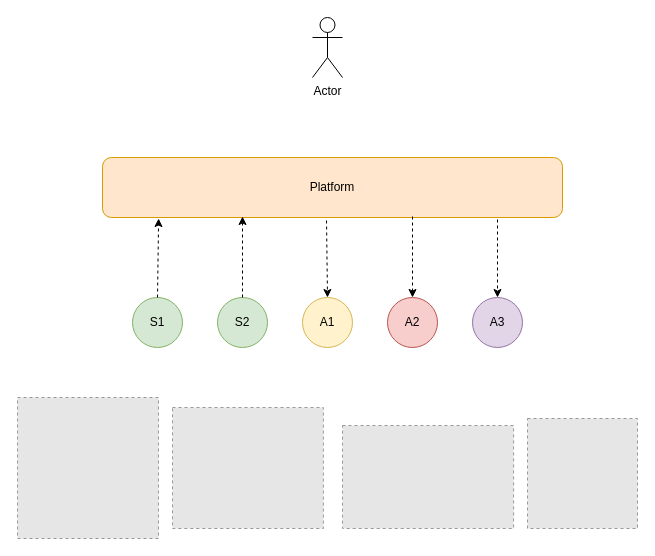
The draw.io diagram json-1/json.drawio in 1995parham-teaching/ie-exam, before the edit. Source tidied: cells renumbered, new cells numbered last; positions are measured from the earlier drawing's top-left corner, leaving out a move shared by most shapes. Both pictures are drawn from the tidied source at 100%, with x=0, y=0 at pixel (17, 17). Pictures stored in the file or linked from it are replaced by grey dashed boxes.
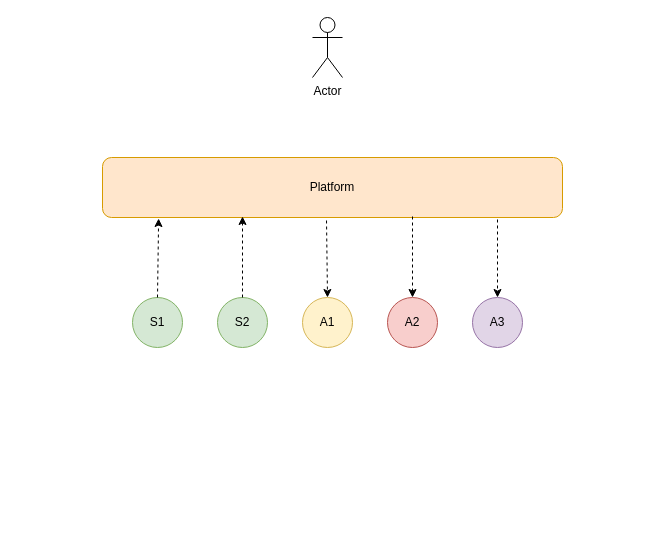
Above is the later version.

Commit message (it also covers changes not shown here):
feat: Complete JSON Problem

The edit, as a diff of the source:
```diff
@@
 <mxGraphModel>
   <root>
     <mxCell id="0" />
     <mxCell id="1" parent="0" />
     <mxCell id="2" value="Platform" style="rounded=1;whiteSpace=wrap;html=1;fillColor=#ffe6cc;strokeColor=#d79b00;" parent="1" vertex="1">
       <mxGeometry x="85" y="140" width="460" height="60" as="geometry" />
     </mxCell>
     <mxCell id="3" value="Actor" style="shape=umlActor;verticalLabelPosition=bottom;verticalAlign=top;html=1;" parent="1" vertex="1">
       <mxGeometry x="295" width="30" height="60" as="geometry" />
     </mxCell>
     <mxCell id="4" value="A1" style="ellipse;whiteSpace=wrap;html=1;fillColor=#fff2cc;strokeColor=#d6b656;" parent="1" vertex="1">
       <mxGeometry x="285" y="280" width="50" height="50" as="geometry" />
     </mxCell>
     <mxCell id="5" value="A2" style="ellipse;whiteSpace=wrap;html=1;fillColor=#f8cecc;strokeColor=#b85450;" parent="1" vertex="1">
       <mxGeometry x="370" y="280" width="50" height="50" as="geometry" />
     </mxCell>
     <mxCell id="6" value="S2" style="ellipse;whiteSpace=wrap;html=1;fillColor=#d5e8d4;strokeColor=#82b366;" parent="1" vertex="1">
       <mxGeometry x="200" y="280" width="50" height="50" as="geometry" />
     </mxCell>
     <mxCell id="7" value="S1" style="ellipse;whiteSpace=wrap;html=1;fillColor=#d5e8d4;strokeColor=#82b366;" parent="1" vertex="1">
       <mxGeometry x="115" y="280" width="50" height="50" as="geometry" />
     </mxCell>
     <mxCell id="8" value="A3" style="ellipse;whiteSpace=wrap;html=1;fillColor=#e1d5e7;strokeColor=#9673a6;" parent="1" vertex="1">
       <mxGeometry x="455" y="280" width="50" height="50" as="geometry" />
     </mxCell>
     <mxCell id="9" style="endArrow=classic;html=1;exitX=0.5;exitY=0;exitDx=0;exitDy=0;entryX=0.122;entryY=1.017;entryDx=0;entryDy=0;entryPerimeter=0;dashed=1;" parent="1" edge="1" source="7" target="2">
       <mxGeometry relative="1" as="geometry" />
     </mxCell>
     <mxCell id="10" style="endArrow=classic;html=1;exitX=0.5;exitY=0;exitDx=0;exitDy=0;dashed=1;" parent="1" edge="1" source="6">
       <mxGeometry relative="1" as="geometry">
         <mxPoint x="225" y="199" as="targetPoint" />
       </mxGeometry>
     </mxCell>
     <mxCell id="11" style="endArrow=classic;html=1;entryX=0.5;entryY=0;entryDx=0;entryDy=0;exitX=0.487;exitY=1.05;exitDx=0;exitDy=0;exitPerimeter=0;dashed=1;" parent="1" edge="1" source="2" target="4">
       <mxGeometry relative="1" as="geometry" />
     </mxCell>
     <mxCell id="12" style="endArrow=classic;html=1;entryX=0.5;entryY=0;entryDx=0;entryDy=0;dashed=1;" parent="1" edge="1" target="5">
       <mxGeometry relative="1" as="geometry">
         <mxPoint x="395" y="199" as="sourcePoint" />
       </mxGeometry>
     </mxCell>
     <mxCell id="13" style="endArrow=classic;html=1;entryX=0.5;entryY=0;entryDx=0;entryDy=0;dashed=1;" parent="1" edge="1" target="8">
       <mxGeometry relative="1" as="geometry">
         <mxPoint x="480" y="202" as="sourcePoint" />
       </mxGeometry>
     </mxCell>
-    <mxCell id="14" style="fillColor=#E6E6E6;strokeColor=#999999;dashed=1;verticalLabelPosition=bottom;labelBackgroundColor=#ffffff;verticalAlign=top;" parent="1" vertex="1">
-      <mxGeometry x="325" y="408" width="171.1" height="103" as="geometry" />
-    </mxCell>
-    <mxCell id="15" style="fillColor=#E6E6E6;strokeColor=#999999;dashed=1;verticalLabelPosition=bottom;labelBackgroundColor=#ffffff;verticalAlign=top;" parent="1" vertex="1">
-      <mxGeometry x="155" y="390" width="150.9" height="121" as="geometry" />
-    </mxCell>
-    <mxCell id="16" style="fillColor=#E6E6E6;strokeColor=#999999;dashed=1;verticalLabelPosition=bottom;labelBackgroundColor=#ffffff;verticalAlign=top;" parent="1" vertex="1">
-      <mxGeometry x="510" y="401" width="110" height="110" as="geometry" />
-    </mxCell>
-    <mxCell id="17" style="fillColor=#E6E6E6;strokeColor=#999999;dashed=1;verticalLabelPosition=bottom;labelBackgroundColor=#ffffff;verticalAlign=top;" parent="1" vertex="1">
-      <mxGeometry y="380" width="141" height="141" as="geometry" />
-    </mxCell>
   </root>
 </mxGraphModel>
```
